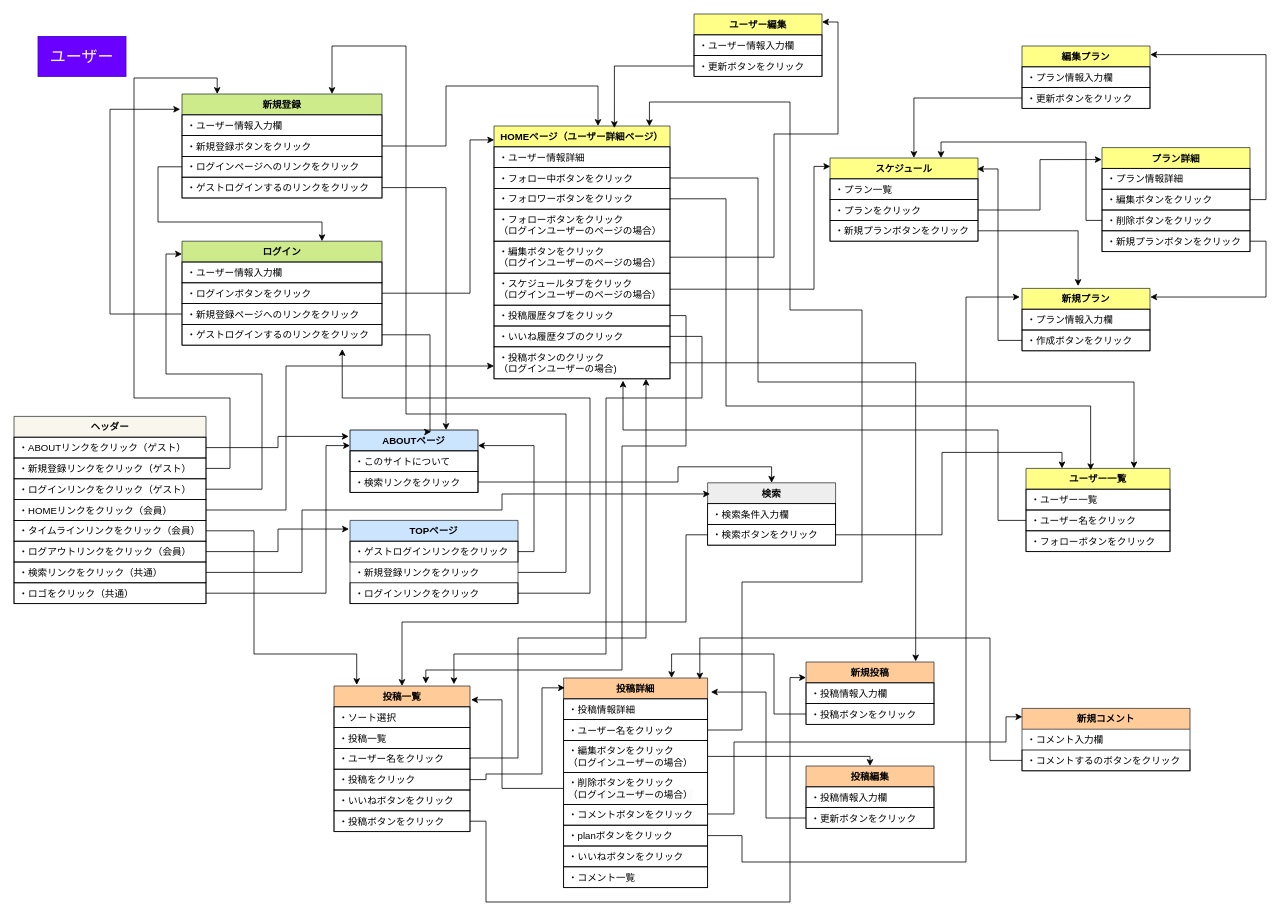
Above: page "user" (1 of 2) of ui_flows.drawio in JunkiYuasa/trip_planning (draw.io), before the change. Source tidied: cells renumbered, new cells numbered last; positions are measured from the earlier drawing's top-left corner, leaving out a move shared by most shapes. Both pictures are drawn from the tidied source at 80%, with x=0, y=0 at pixel (14, 14).
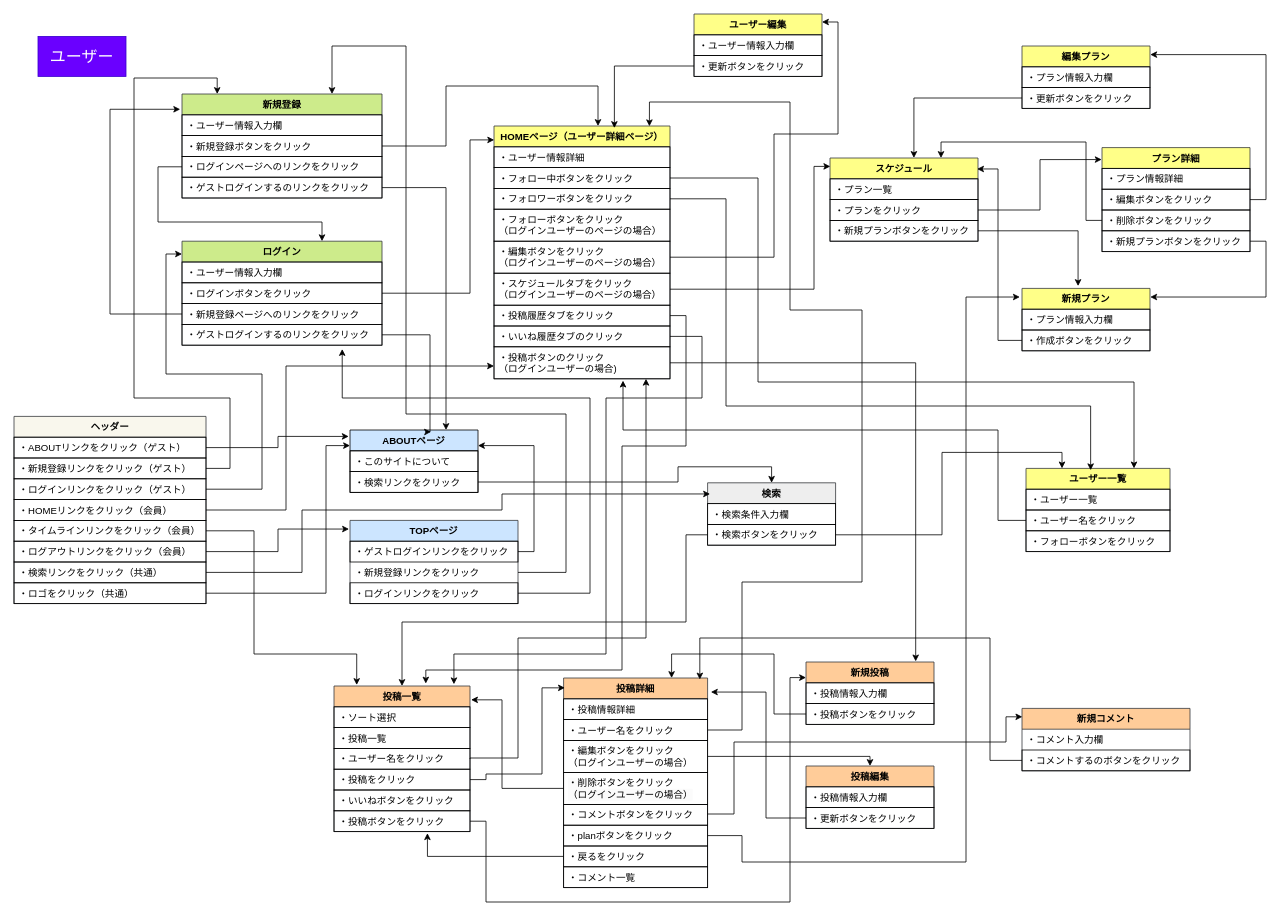
The same diagram, later.

Unchanged cells that the change refers to:
```xml
<mxCell id="45" value="・投稿ボタンをクリック" style="text;strokeColor=default;fillColor=none;align=left;verticalAlign=top;spacingLeft=4;spacingRight=4;overflow=hidden;points=[[0,0.5],[1,0.5]];portConstraint=eastwest;whiteSpace=wrap;html=1;fontFamily=Helvetica;fontSize=12;fontColor=default;" parent="39" vertex="1">
  <mxGeometry y="156" width="170" height="26" as="geometry" />
</mxCell>
<mxCell id="46" value="投稿詳細" style="swimlane;fontStyle=1;align=center;verticalAlign=top;horizontal=1;startSize=26;whiteSpace=wrap;html=1;strokeColor=#36393d;spacingLeft=4;spacingRight=4;fontFamily=Helvetica;fontSize=12;fillColor=#ffcc99;" parent="1" vertex="1">
  <mxGeometry x="687" y="830" width="180" height="262" as="geometry" />
</mxCell>
```

What changed in the source:
```diff
@@
-    <mxCell id="53" value="・いいねボタンをクリック" style="text;strokeColor=default;fillColor=none;align=left;verticalAlign=top;spacingLeft=4;spacingRight=4;overflow=hidden;points=[[0,0.5],[1,0.5]];portConstraint=eastwest;whiteSpace=wrap;html=1;fontFamily=Helvetica;fontSize=12;fontColor=default;" parent="46" vertex="1">
+    <mxCell id="53" value="・戻るをクリック" style="text;strokeColor=default;fillColor=none;align=left;verticalAlign=top;spacingLeft=4;spacingRight=4;overflow=hidden;points=[[0,0.5],[1,0.5]];portConstraint=eastwest;whiteSpace=wrap;html=1;fontFamily=Helvetica;fontSize=12;fontColor=default;" parent="46" vertex="1">
       <mxGeometry y="210" width="180" height="26" as="geometry" />
     </mxCell>
@@
+    <mxCell id="136" style="edgeStyle=orthogonalEdgeStyle;rounded=0;jettySize=auto;html=1;exitX=0;exitY=0.5;exitDx=0;exitDy=0;entryX=0.687;entryY=1.077;entryDx=0;entryDy=0;entryPerimeter=0;" parent="1" edge="1" source="53" target="45">
+      <mxGeometry relative="1" as="geometry">
+        <Array as="points">
+          <mxPoint x="517" y="1053" />
+        </Array>
+      </mxGeometry>
+    </mxCell>
```
